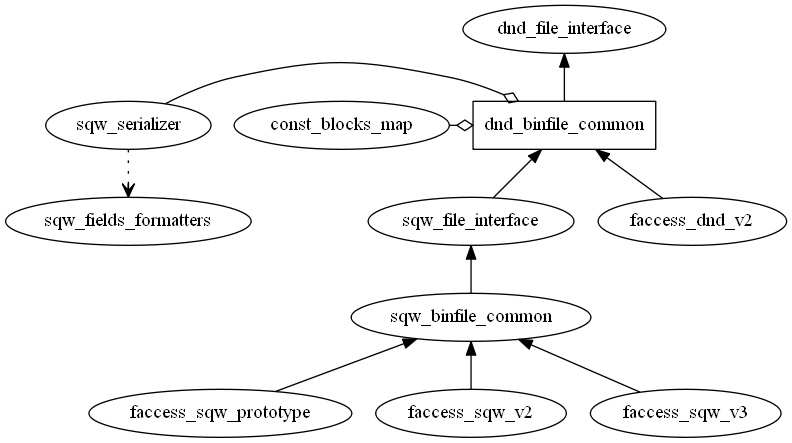
The Graphviz diagram horace_core/sqw/file_io/CollabDiagram.png in pace-neutrons/Horace, before a commit. Its source is kept beside it as horace_core/sqw/file_io/CollabDiagram.gv.
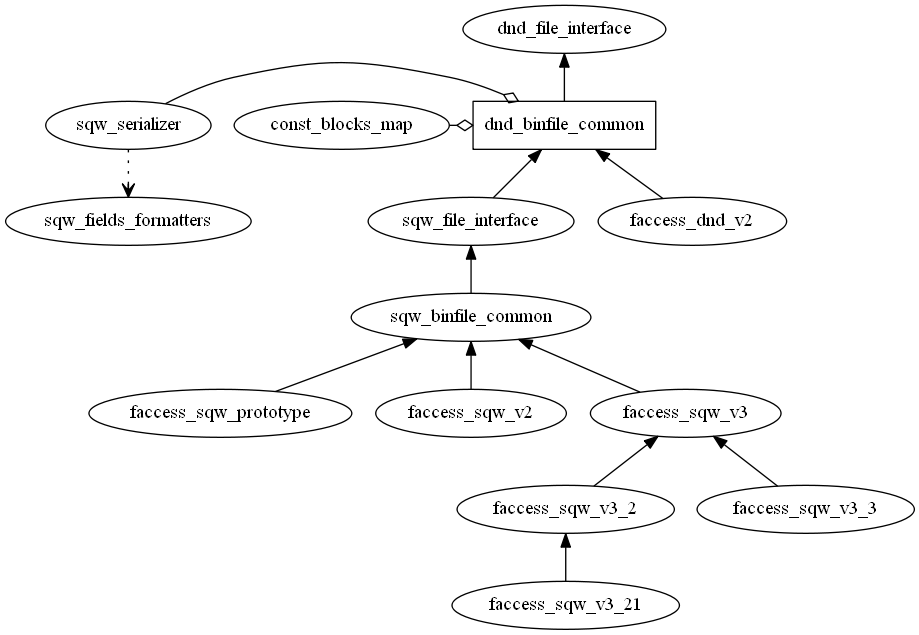
The same diagram one commit later.

Commit message:
Re #717 updated collaboration diagram, describing relations between data files

What changed in the source:
```diff
@@ -1,4 +1,4 @@
-digraph CollabDiag {
+	/*edge [dir=back,arrowhead=odiamond];*/digraph CollabDiag {
    /* Collaboration&inheritance diagram showing relationship between various classes supporting sqw file access*/
 	edge [dir=back];
 	dnd_binfile_common [shape=box];
@@ -11,6 +11,10 @@
 
 	/*edge [dir=back,arrowhead=odiamond];*/
 
+                    faccess_sqw_v3-> faccess_sqw_v3_2
+                    faccess_sqw_v3-> faccess_sqw_v3_3
+
+                        faccess_sqw_v3_2-> faccess_sqw_v3_21
 
 	edge [dir=normal,arrowhead=odiamond]
 	{rank = same;"dnd_binfile_common";"sqw_serializer";"const_blocks_map"};
```
